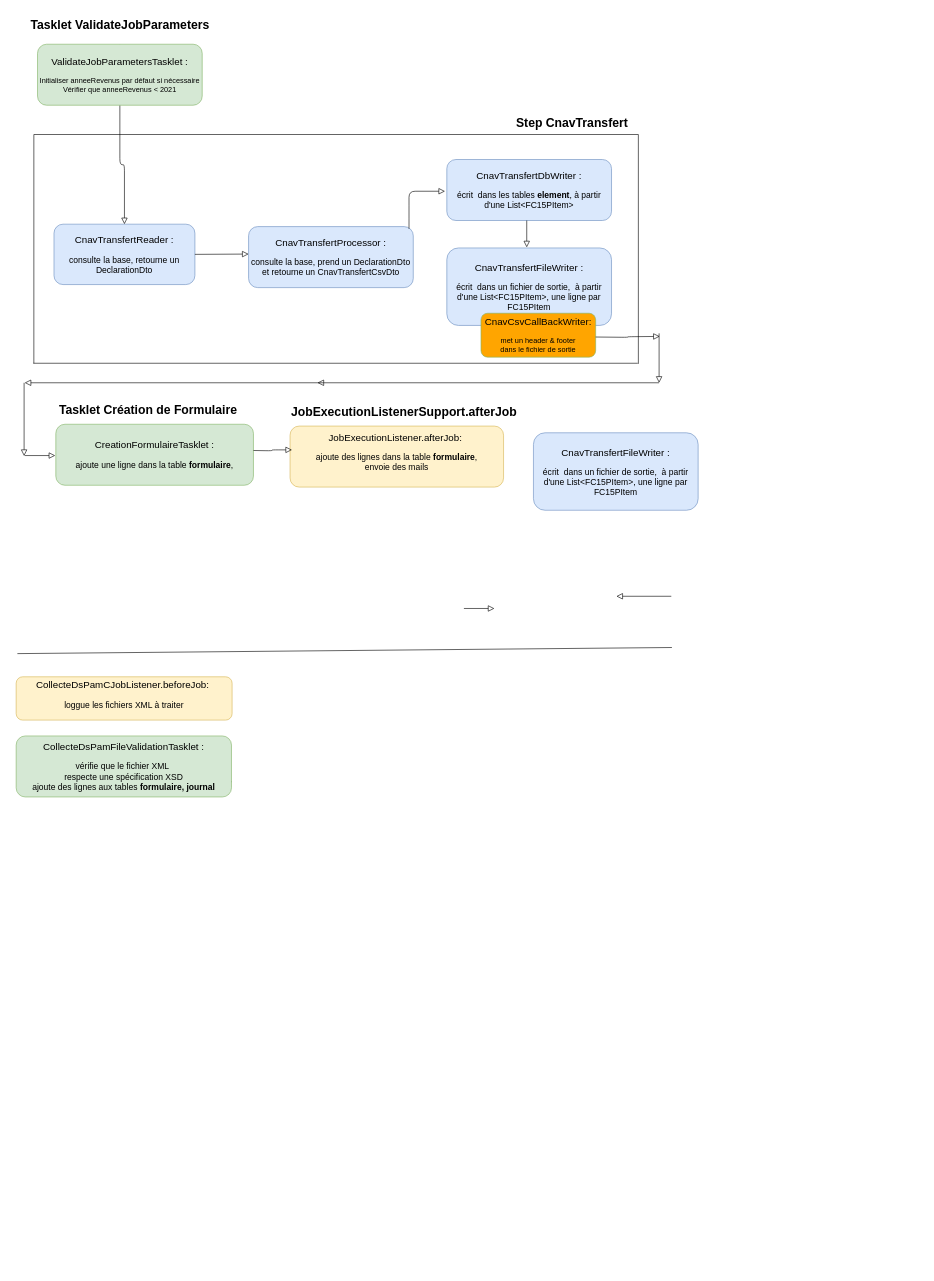
Before: flux_decipam_ds_pam_c_collecte.drawio in ewan-delanoy/uml_diagram, a draw.io diagram. Source tidied: cells renumbered, new cells numbered last; positions are measured from the earlier drawing's top-left corner, leaving out a move shared by most shapes. Both pictures are drawn from the tidied source at 61%, with x=0, y=0 at pixel (16, 10).
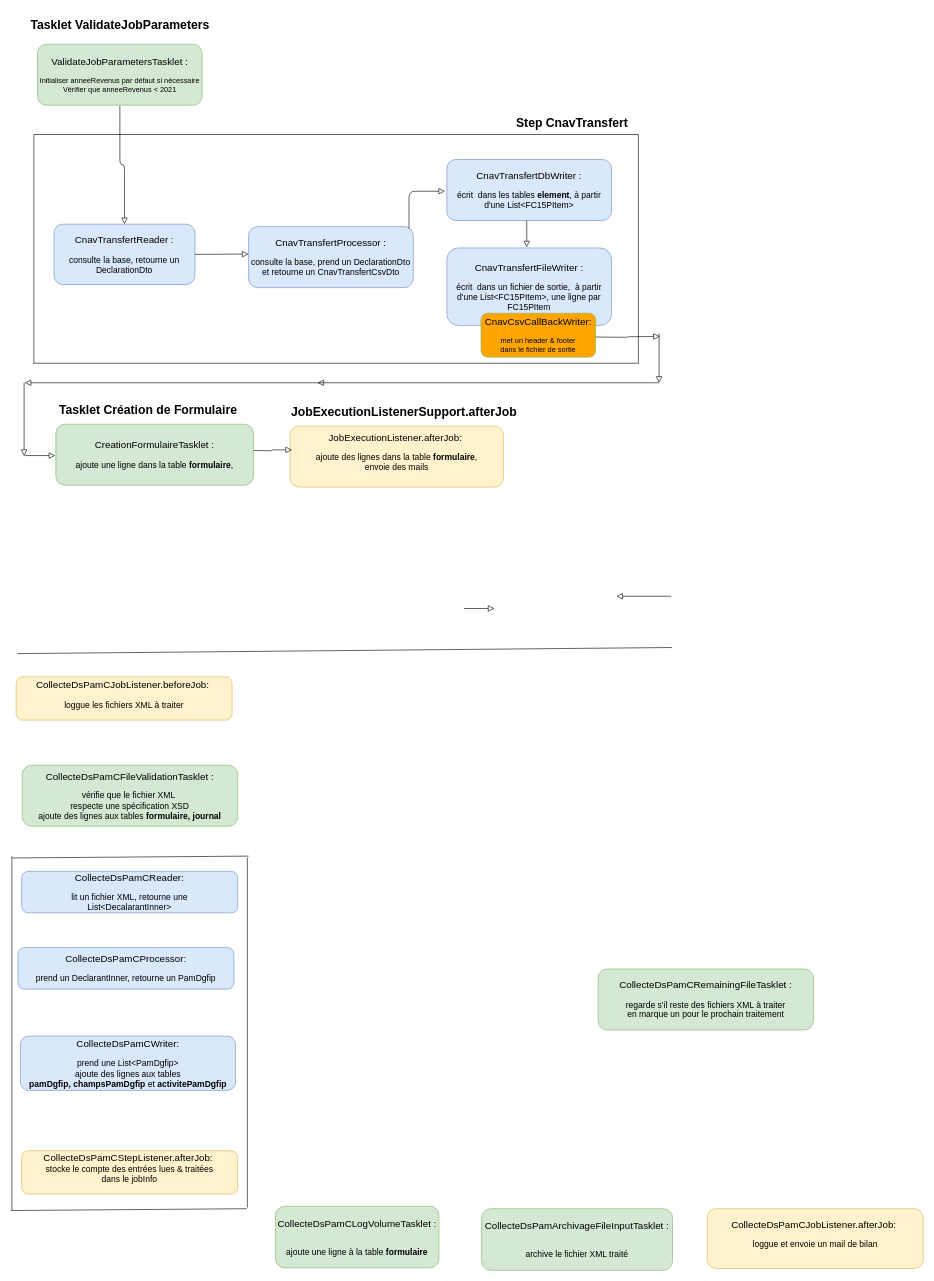
After the change.

Commit message:
Mettre à jour flux_decipam_ds_pam_c_collecte.drawio

What changed in the source:
```diff
@@
-    <mxCell id="33" style="endArrow=none;html=1;rounded=0;" parent="1" edge="1">
+    <mxCell id="33" style="endArrow=none;html=1;rounded=0;strokeColor=default;align=center;verticalAlign=middle;fontFamily=Helvetica;fontSize=11;fontColor=default;labelBackgroundColor=default;" parent="1" edge="1">
       <mxGeometry relative="1" as="geometry">
         <mxPoint x="2" y="1054" as="sourcePoint" />
         <mxPoint x="1075" y="1044" as="targetPoint" />
       </mxGeometry>
     </mxCell>
@@
-    <mxCell id="35" style="edgeStyle=orthogonalEdgeStyle;rounded=0;jettySize=auto;html=1;exitX=1;exitY=0.75;exitDx=0;exitDy=0;" parent="1" edge="1" source="36">
-      <mxGeometry relative="1" as="geometry">
-        <mxPoint x="339" y="1258" as="targetPoint" />
-      </mxGeometry>
-    </mxCell>
-    <mxCell id="36" value="&lt;font style=&quot;font-size: 16px;&quot;&gt;CollecteDsPamFileValidationTasklet :&lt;/font&gt; &lt;div&gt;&lt;br&gt;&lt;/div&gt;&lt;div&gt;&lt;font style=&quot;font-size: 14px;&quot;&gt;vérifie que le fichier XML&amp;nbsp;&lt;/font&gt;&lt;/div&gt;&lt;div&gt;&lt;font style=&quot;font-size: 14px;&quot;&gt;respecte une spécification XSD&lt;/font&gt;&lt;/div&gt;&lt;div&gt;&lt;font style=&quot;font-size: 14px;&quot;&gt;ajoute des lignes aux tables &lt;b&gt;formulaire, journal&lt;/b&gt;&lt;br&gt;&lt;/font&gt;&lt;/div&gt;" style="rounded=1;whiteSpace=wrap;html=1;fontSize=12;glass=0;strokeWidth=1;shadow=0;fillColor=#d5e8d4;strokeColor=#82b366;" parent="1" vertex="1">
-      <mxGeometry y="1189" width="353" height="100" as="geometry" />
+    <mxCell id="36" value="&lt;font style=&quot;font-size: 16px;&quot;&gt;CollecteDsPamCFileValidationTasklet :&lt;/font&gt; &lt;div&gt;&lt;br&gt;&lt;/div&gt;&lt;div&gt;&lt;font style=&quot;font-size: 14px;&quot;&gt;vérifie que le fichier XML&amp;nbsp;&lt;/font&gt;&lt;/div&gt;&lt;div&gt;&lt;font style=&quot;font-size: 14px;&quot;&gt;respecte une spécification XSD&lt;/font&gt;&lt;/div&gt;&lt;div&gt;&lt;font style=&quot;font-size: 14px;&quot;&gt;ajoute des lignes aux tables &lt;b&gt;formulaire, journal&lt;/b&gt;&lt;br&gt;&lt;/font&gt;&lt;/div&gt;" style="rounded=1;whiteSpace=wrap;html=1;fontSize=12;glass=0;strokeWidth=1;shadow=0;fillColor=#d5e8d4;strokeColor=#82b366;" parent="1" vertex="1">
+      <mxGeometry x="10" y="1237" width="353" height="100" as="geometry" />
     </mxCell>
-    <mxCell id="37" value="&lt;font style=&quot;font-size: 16px;&quot;&gt;CnavTransfertFileWriter :&lt;/font&gt; &lt;div&gt;&lt;br&gt;&lt;/div&gt;&lt;font style=&quot;font-size: 14px;&quot;&gt;écrit&amp;nbsp; dans un fichier de sortie,&amp;nbsp; à partir d'une List&amp;lt;FC15PItem&amp;gt;, une ligne par&lt;br&gt;FC15PItem&lt;br&gt;&lt;/font&gt;" style="rounded=1;whiteSpace=wrap;html=1;fontSize=12;glass=0;strokeWidth=1;shadow=0;fillColor=#dae8fc;strokeColor=#6c8ebf;" parent="1" vertex="1">
-      <mxGeometry x="848" y="692" width="270" height="127" as="geometry" />
+    <mxCell id="37" value="&lt;font style=&quot;font-size: 16px;&quot;&gt;CollecteDsPamCReader:&lt;/font&gt; &lt;div&gt;&lt;br&gt;&lt;/div&gt;&lt;div&gt;&lt;font style=&quot;font-size: 14px;&quot;&gt;lit un fichier XML, retourne une &lt;br&gt;&lt;/font&gt;&lt;/div&gt;&lt;div&gt;&lt;font style=&quot;font-size: 14px;&quot;&gt;List&amp;lt;DecalarantInner&amp;gt;&lt;br&gt;&lt;/font&gt;&lt;/div&gt;" style="rounded=1;whiteSpace=wrap;html=1;fontSize=12;glass=0;strokeWidth=1;shadow=0;fillColor=#dae8fc;strokeColor=#6c8ebf;" parent="1" vertex="1">
+      <mxGeometry x="9" y="1411" width="354" height="68" as="geometry" />
     </mxCell>
+    <mxCell id="38" value="&lt;font style=&quot;font-size: 16px;&quot;&gt;CollecteDsPamCProcessor:&lt;/font&gt; &lt;div&gt;&lt;br&gt;&lt;/div&gt;&lt;div&gt;&lt;font style=&quot;font-size: 14px;&quot;&gt;prend un DeclarantInner, retourne un PamDgfip &lt;br&gt;&lt;/font&gt;&lt;/div&gt;" style="rounded=1;whiteSpace=wrap;html=1;fontSize=12;glass=0;strokeWidth=1;shadow=0;fillColor=#dae8fc;strokeColor=#6c8ebf;" parent="1" vertex="1">
+      <mxGeometry x="3" y="1536" width="354" height="68" as="geometry" />
+    </mxCell>
+    <mxCell id="39" value="&lt;font style=&quot;font-size: 16px;&quot;&gt;CollecteDsPamCWriter:&lt;/font&gt; &lt;div&gt;&lt;br&gt;&lt;/div&gt;&lt;div&gt;&lt;font style=&quot;font-size: 14px;&quot;&gt;&amp;nbsp;prend une List&amp;lt;PamDgfip&amp;gt;&amp;nbsp;&lt;/font&gt;&lt;/div&gt;&lt;div&gt;&lt;font style=&quot;font-size: 14px;&quot;&gt;ajoute des lignes aux tables&lt;/font&gt;&lt;/div&gt;&lt;div&gt;&lt;font style=&quot;font-size: 14px;&quot;&gt;&lt;b&gt;pamDgfip, champsPamDgfip&lt;/b&gt; et &lt;b&gt;activitePamDgfip&lt;/b&gt; &lt;br&gt;&lt;/font&gt;&lt;/div&gt;" style="rounded=1;whiteSpace=wrap;html=1;fontSize=12;glass=0;strokeWidth=1;shadow=0;fillColor=#dae8fc;strokeColor=#6c8ebf;" parent="1" vertex="1">
+      <mxGeometry x="7" y="1681" width="352.5" height="89" as="geometry" />
+    </mxCell>
+    <mxCell id="40" value="&lt;font style=&quot;font-size: 16px;&quot;&gt;CollecteDsPamCStepListener.afterJob:&amp;nbsp;&lt;/font&gt; &lt;div&gt;&lt;font style=&quot;font-size: 14px;&quot;&gt;stocke le compte des entrées lues &amp;amp; traitées&lt;/font&gt;&lt;/div&gt;&lt;div&gt;&lt;font style=&quot;font-size: 14px;&quot;&gt;dans le jobInfo&lt;br&gt;&lt;/font&gt;&lt;/div&gt;&lt;div&gt;&lt;br&gt;&lt;/div&gt;" style="rounded=1;whiteSpace=wrap;html=1;fontSize=12;glass=0;strokeWidth=1;shadow=0;fillColor=#fff2cc;strokeColor=#d6b656;" parent="1" vertex="1">
+      <mxGeometry x="9" y="1869" width="354" height="71" as="geometry" />
+    </mxCell>
+    <mxCell id="41" style="endArrow=none;html=1;rounded=0;" parent="1" edge="1">
+      <mxGeometry relative="1" as="geometry">
+        <mxPoint x="-9" y="1967" as="sourcePoint" />
+        <mxPoint x="378" y="1964" as="targetPoint" />
+      </mxGeometry>
+    </mxCell>
+    <mxCell id="42" style="endArrow=none;html=1;rounded=0;" parent="1" edge="1">
+      <mxGeometry relative="1" as="geometry">
+        <mxPoint x="-6" y="1389" as="sourcePoint" />
+        <mxPoint x="381" y="1386" as="targetPoint" />
+      </mxGeometry>
+    </mxCell>
+    <mxCell id="43" style="endArrow=none;html=1;rounded=0;" parent="1" edge="1">
+      <mxGeometry relative="1" as="geometry">
+        <mxPoint x="379" y="1962" as="sourcePoint" />
+        <mxPoint x="379" y="1388" as="targetPoint" />
+      </mxGeometry>
+    </mxCell>
+    <mxCell id="44" value="&lt;font style=&quot;font-size: 16px;&quot;&gt;CollecteDsPamCLogVolumeTasklet :&lt;/font&gt; &lt;div&gt;&lt;br&gt;&lt;/div&gt;&lt;br&gt;&lt;div&gt;&lt;font style=&quot;font-size: 14px;&quot;&gt;ajoute une ligne à la table &lt;b&gt;formulaire&lt;/b&gt;&lt;br&gt;&lt;/font&gt;&lt;/div&gt;" style="rounded=1;whiteSpace=wrap;html=1;fontSize=12;glass=0;strokeWidth=1;shadow=0;fillColor=#d5e8d4;strokeColor=#82b366;" parent="1" vertex="1">
+      <mxGeometry x="425" y="1960" width="268" height="101" as="geometry" />
+    </mxCell>
+    <mxCell id="45" value="&lt;font style=&quot;font-size: 16px;&quot;&gt;CollecteDsPamArchivageFileInputTasklet :&lt;/font&gt; &lt;div&gt;&lt;br&gt;&lt;/div&gt;&lt;br&gt;&lt;div&gt;&lt;font style=&quot;font-size: 14px;&quot;&gt;archive le fichier XML traité&lt;br&gt;&lt;/font&gt;&lt;/div&gt;" style="rounded=1;whiteSpace=wrap;html=1;fontSize=12;glass=0;strokeWidth=1;shadow=0;fillColor=#d5e8d4;strokeColor=#82b366;" parent="1" vertex="1">
+      <mxGeometry x="763" y="1964" width="313" height="101" as="geometry" />
+    </mxCell>
+    <mxCell id="46" value="&lt;font style=&quot;font-size: 16px;&quot;&gt;CollecteDsPamCJobListener.afterJob:&amp;nbsp;&lt;/font&gt; &lt;div&gt;&lt;br&gt;&lt;/div&gt;&lt;font style=&quot;font-size: 14px;&quot;&gt;loggue et envoie un mail de bilan&lt;br&gt;&lt;/font&gt;&lt;div&gt;&lt;br&gt;&lt;/div&gt;" style="rounded=1;whiteSpace=wrap;html=1;fontSize=12;glass=0;strokeWidth=1;shadow=0;fillColor=#fff2cc;strokeColor=#d6b656;" parent="1" vertex="1">
+      <mxGeometry x="1133" y="1964" width="354" height="98" as="geometry" />
+    </mxCell>
+    <mxCell id="47" value="&lt;font style=&quot;font-size: 16px;&quot;&gt;CollecteDsPamCRemainingFileTasklet :&lt;/font&gt; &lt;div&gt;&lt;br&gt;&lt;/div&gt;&lt;div&gt;&lt;font style=&quot;font-size: 14px;&quot;&gt;regarde s'il reste des fichiers XML à traiter &lt;br&gt;&lt;/font&gt;&lt;/div&gt;&lt;div&gt;&lt;font style=&quot;font-size: 14px;&quot;&gt;en marque un pour le prochain traitement&lt;br&gt;&lt;/font&gt;&lt;/div&gt;" style="rounded=1;whiteSpace=wrap;html=1;fontSize=12;glass=0;strokeWidth=1;shadow=0;fillColor=#d5e8d4;strokeColor=#82b366;" parent="1" vertex="1">
+      <mxGeometry x="954" y="1571" width="353" height="100" as="geometry" />
+    </mxCell>
+    <mxCell id="48" style="endArrow=none;html=1;rounded=0;" parent="1" edge="1">
+      <mxGeometry relative="1" as="geometry">
+        <mxPoint x="-7" y="1966" as="sourcePoint" />
+        <mxPoint x="-7" y="1386" as="targetPoint" />
+      </mxGeometry>
+    </mxCell>
```
